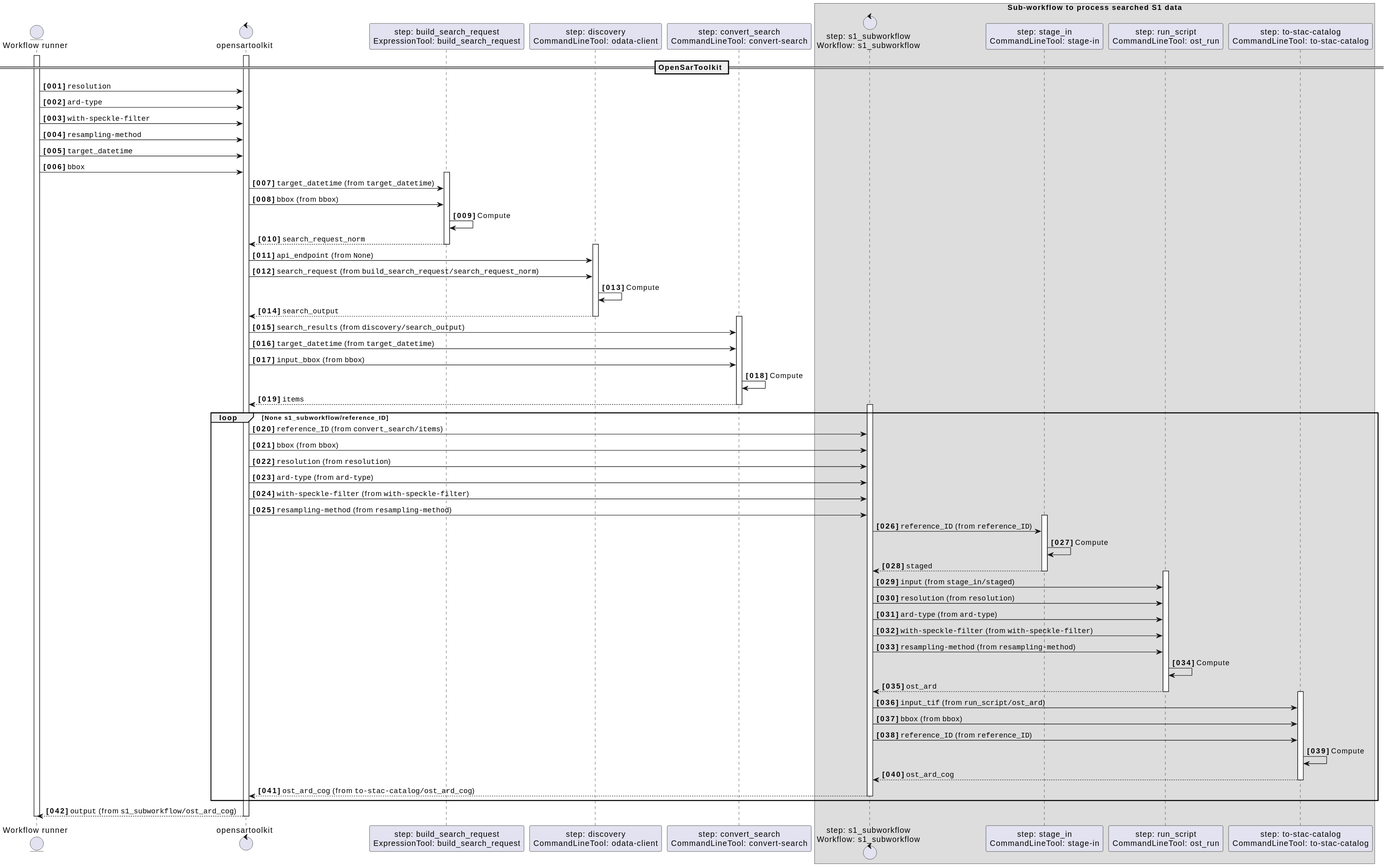
Terradue/eoap-open-sar-toolkit keeps this PlantUML diagram as docs/opensartoolkit/sequence.svg. Above is the earlier version. Its diagram source:
```plantuml
@startuml

autonumber "<b>[000]"



entity "Workflow runner" as wfrunner
activate wfrunner



== OpenSarToolkit ==
control "opensartoolkit" as opensartoolkit_or
activate opensartoolkit_or


wfrunner -> opensartoolkit_or : ""resolution""

wfrunner -> opensartoolkit_or : ""ard-type""

wfrunner -> opensartoolkit_or : ""with-speckle-filter""

wfrunner -> opensartoolkit_or : ""resampling-method""

wfrunner -> opensartoolkit_or : ""target_datetime""

wfrunner -> opensartoolkit_or : ""bbox""







participant "step: build_search_request\nExpressionTool: build_search_request" as build_search_request
activate build_search_request



opensartoolkit_or -> build_search_request : ""target_datetime"" (from ""target_datetime"")



opensartoolkit_or -> build_search_request : ""bbox"" (from ""bbox"")



build_search_request -> build_search_request : Compute


opensartoolkit_or <-- build_search_request : ""search_request_norm""


deactivate build_search_request








participant "step: discovery\nCommandLineTool: odata-client" as discovery
activate discovery



opensartoolkit_or -> discovery : ""api_endpoint"" (from ""None"")



opensartoolkit_or -> discovery : ""search_request"" (from ""build_search_request/search_request_norm"")



discovery -> discovery : Compute


opensartoolkit_or <-- discovery : ""search_output""


deactivate discovery








participant "step: convert_search\nCommandLineTool: convert-search" as convert_search
activate convert_search



opensartoolkit_or -> convert_search : ""search_results"" (from ""discovery/search_output"")



opensartoolkit_or -> convert_search : ""target_datetime"" (from ""target_datetime"")



opensartoolkit_or -> convert_search : ""input_bbox"" (from ""bbox"")



convert_search -> convert_search : Compute


opensartoolkit_or <-- convert_search : ""items""


deactivate convert_search





loop None s1_subworkflow/reference_ID


box "Sub-workflow to process searched S1 data"
        control "step: s1_subworkflow\nWorkflow: s1_subworkflow" as s1_subworkflow_or
        activate s1_subworkflow_or


        opensartoolkit_or -> s1_subworkflow_or : ""reference_ID"" (from ""convert_search/items"")

        opensartoolkit_or -> s1_subworkflow_or : ""bbox"" (from ""bbox"")

        opensartoolkit_or -> s1_subworkflow_or : ""resolution"" (from ""resolution"")

        opensartoolkit_or -> s1_subworkflow_or : ""ard-type"" (from ""ard-type"")

        opensartoolkit_or -> s1_subworkflow_or : ""with-speckle-filter"" (from ""with-speckle-filter"")

        opensartoolkit_or -> s1_subworkflow_or : ""resampling-method"" (from ""resampling-method"")







participant "step: stage_in\nCommandLineTool: stage-in" as stage_in
activate stage_in



s1_subworkflow_or -> stage_in : ""reference_ID"" (from ""reference_ID"")



stage_in -> stage_in : Compute


s1_subworkflow_or <-- stage_in : ""staged""


deactivate stage_in








participant "step: run_script\nCommandLineTool: ost_run" as run_script
activate run_script



s1_subworkflow_or -> run_script : ""input"" (from ""stage_in/staged"")



s1_subworkflow_or -> run_script : ""resolution"" (from ""resolution"")



s1_subworkflow_or -> run_script : ""ard-type"" (from ""ard-type"")



s1_subworkflow_or -> run_script : ""with-speckle-filter"" (from ""with-speckle-filter"")



s1_subworkflow_or -> run_script : ""resampling-method"" (from ""resampling-method"")



run_script -> run_script : Compute


s1_subworkflow_or <-- run_script : ""ost_ard""


deactivate run_script








participant "step: to-stac-catalog\nCommandLineTool: to-stac-catalog" as to_stac_catalog
activate to_stac_catalog



s1_subworkflow_or -> to_stac_catalog : ""input_tif"" (from ""run_script/ost_ard"")



s1_subworkflow_or -> to_stac_catalog : ""bbox"" (from ""bbox"")



s1_subworkflow_or -> to_stac_catalog : ""reference_ID"" (from ""reference_ID"")



to_stac_catalog -> to_stac_catalog : Compute


s1_subworkflow_or <-- to_stac_catalog : ""ost_ard_cog""


deactivate to_stac_catalog







        opensartoolkit_or <-- s1_subworkflow_or : ""ost_ard_cog"" (from ""to-stac-catalog/ost_ard_cog"")



        deactivate s1_subworkflow_or
end box

end





wfrunner <-- opensartoolkit_or : ""output"" (from ""s1_subworkflow/ost_ard_cog"")



deactivate opensartoolkit_or


deactivate wfrunner
@enduml
```
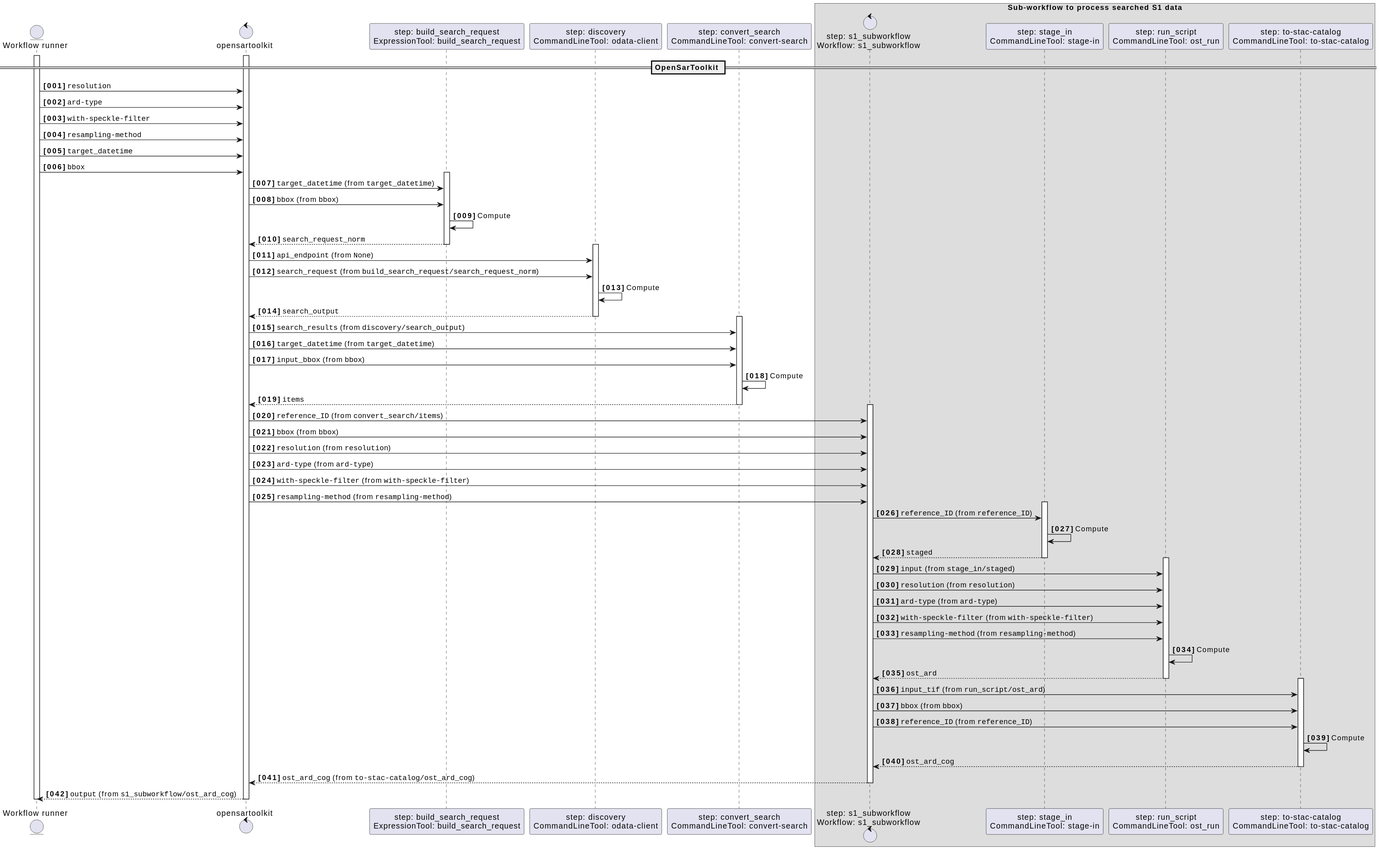
Above is the later version.

Diff of the diagram source:
```diff
@@ -117,7 +117,7 @@
 
 
 
-loop None s1_subworkflow/reference_ID
+
 
 
 box "Sub-workflow to process searched S1 data"
@@ -245,7 +245,7 @@
         deactivate s1_subworkflow_or
 end box
 
-end
+
 
 
 
```
